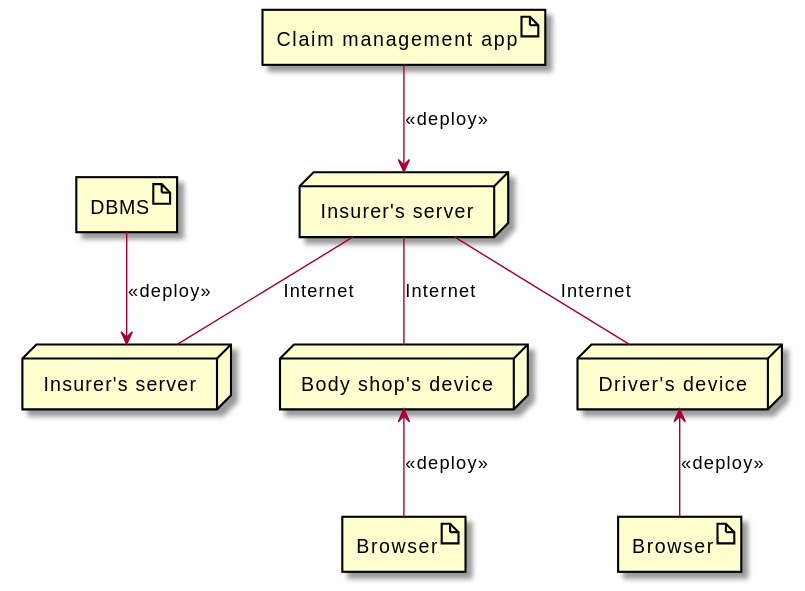
Above: car_damage_repair/models/deployment.svg in franco-ruggeri/polito-information-systems (PlantUML), before the change. The source it was exported from:
```plantuml
@startuml
node "Insurer's server" as Server1
node "Insurer's server" as Server2
node "Body shop's device" as BSDevice
node "Driver's device" as DDevice

artifact "Claim management app" as ClaimManagementApp
artifact DBMS
artifact Browser as Browser1
artifact Browser as Browser2

Server1 -- Server2 : Internet
Server1 -- BSDevice : Internet
Server1 -- DDevice : Internet

ClaimManagementApp --> Server1 : <<deploy>>
DBMS --> Server2 : <<deploy>>
BSDevice <-- Browser1 : <<deploy>>
DDevice <-- Browser2 : <<deploy>>
@enduml
```
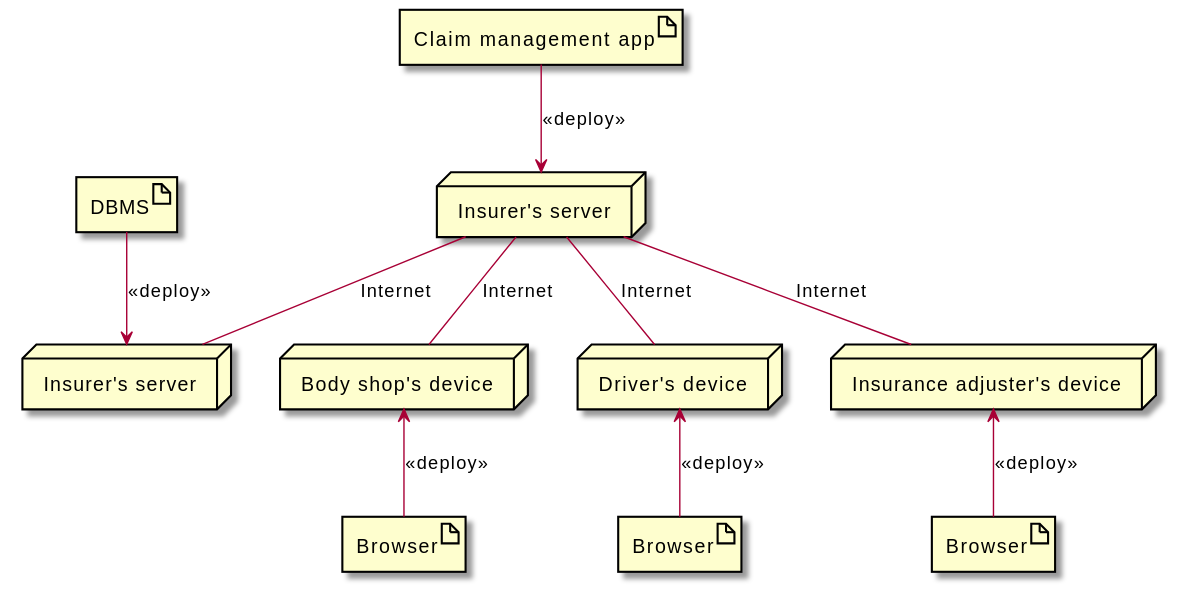
After the change.

What changed in the source:
```diff
@@ -3,18 +3,22 @@
 node "Insurer's server" as Server2
 node "Body shop's device" as BSDevice
 node "Driver's device" as DDevice
+node "Insurance adjuster's device" as IADevice
 
 artifact "Claim management app" as ClaimManagementApp
 artifact DBMS
 artifact Browser as Browser1
 artifact Browser as Browser2
+artifact Browser as Browser3
 
 Server1 -- Server2 : Internet
 Server1 -- BSDevice : Internet
 Server1 -- DDevice : Internet
+Server1 -- IADevice : Internet
 
 ClaimManagementApp --> Server1 : <<deploy>>
 DBMS --> Server2 : <<deploy>>
 BSDevice <-- Browser1 : <<deploy>>
 DDevice <-- Browser2 : <<deploy>>
+IADevice <-- Browser3 : <<deploy>>
 @enduml
```
